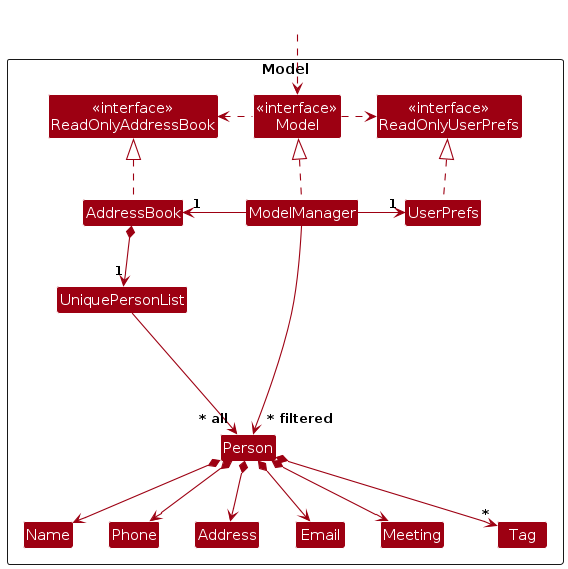
rahhulleee/tp keeps this PlantUML diagram as diagrams/ModelClassDiagram.png. Above is the earlier version. Its source is kept beside it as diagrams/ModelClassDiagram.puml.
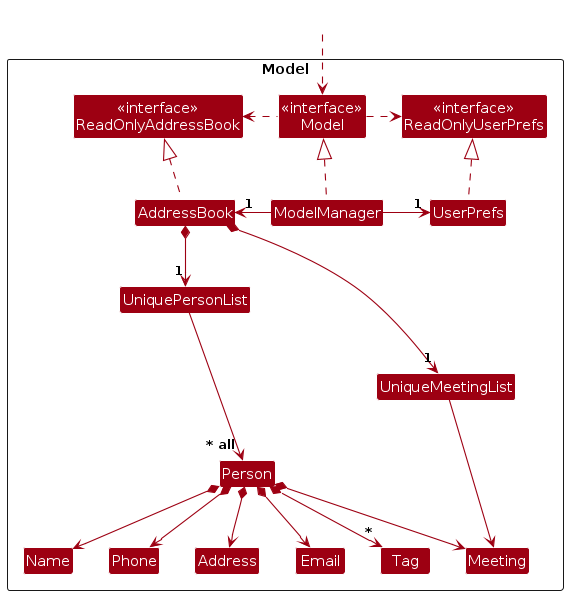
After the change.

Diff of the diagram source:
```diff
@@ -13,6 +13,7 @@
 Class UserPrefs
 
 Class UniquePersonList
+Class UniqueMeetingList
 Class Person
 Class Address
 Class Email
@@ -36,6 +37,7 @@
 ModelManager -right-> "1" UserPrefs
 UserPrefs .up.|> ReadOnlyUserPrefs
 
+AddressBook *--> "1" UniqueMeetingList
 AddressBook *--> "1" UniquePersonList
 UniquePersonList --> "~* all" Person
 Person *--> Name
@@ -47,11 +49,11 @@
 
 Person -[hidden]up--> I
 UniquePersonList -[hidden]right-> I
+UniqueMeetingList -down-> Meeting
 
 Name -[hidden]right-> Phone
 Phone -[hidden]right-> Address
 Address -[hidden]right-> Email
 Meeting -[hidden]right-> Meeting
 
-ModelManager --> "~* filtered" Person
 @enduml
```
